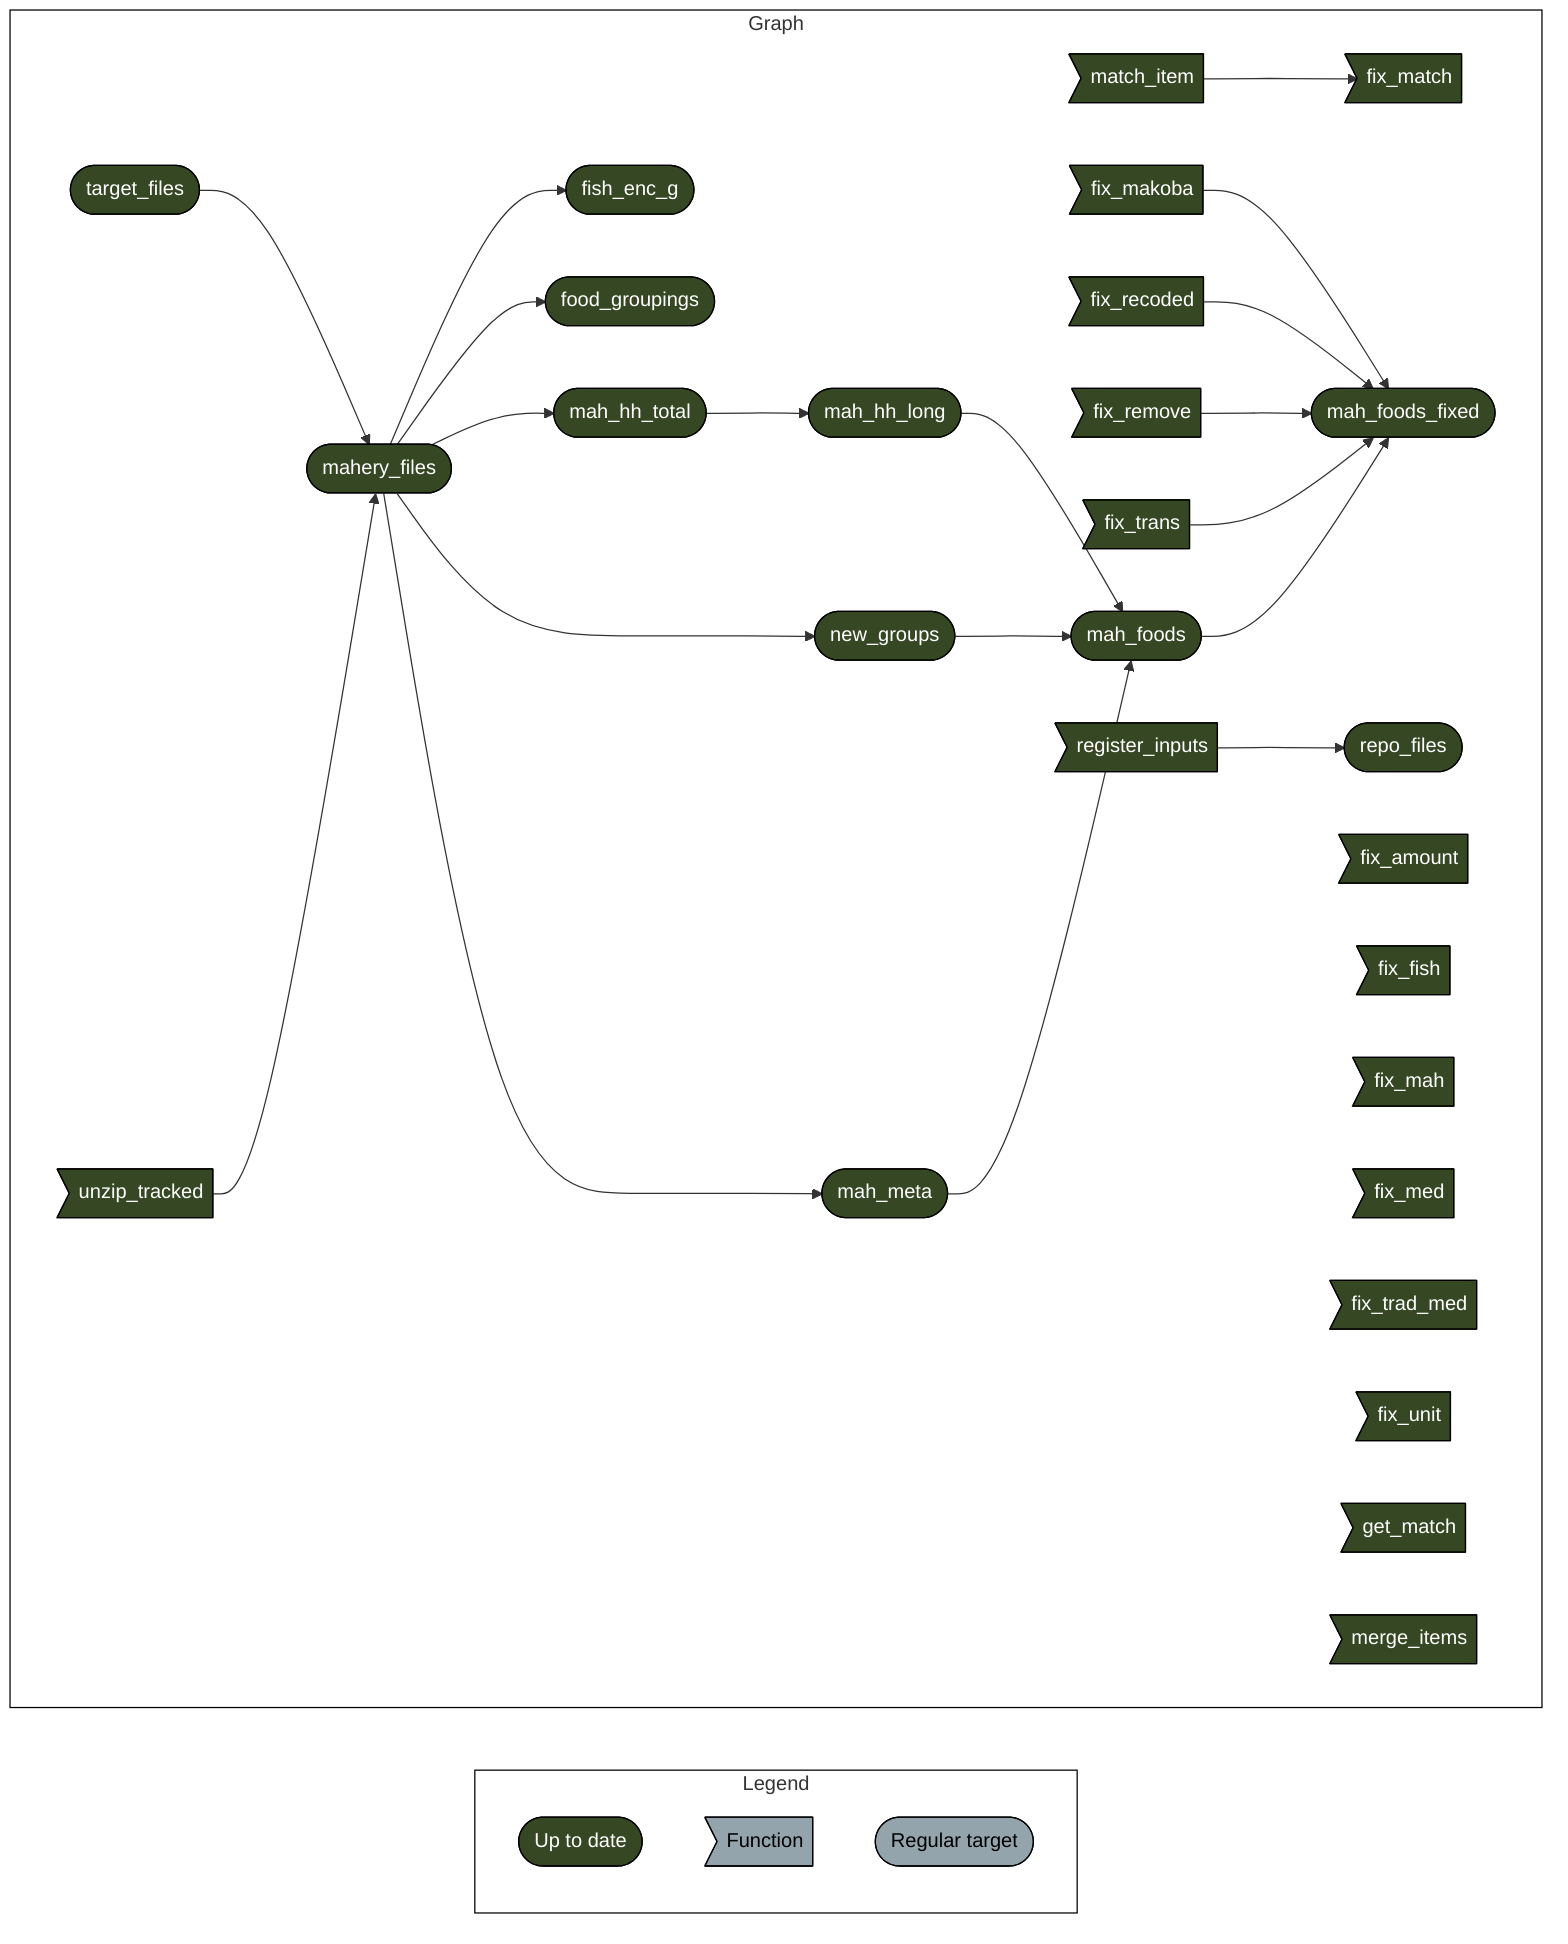
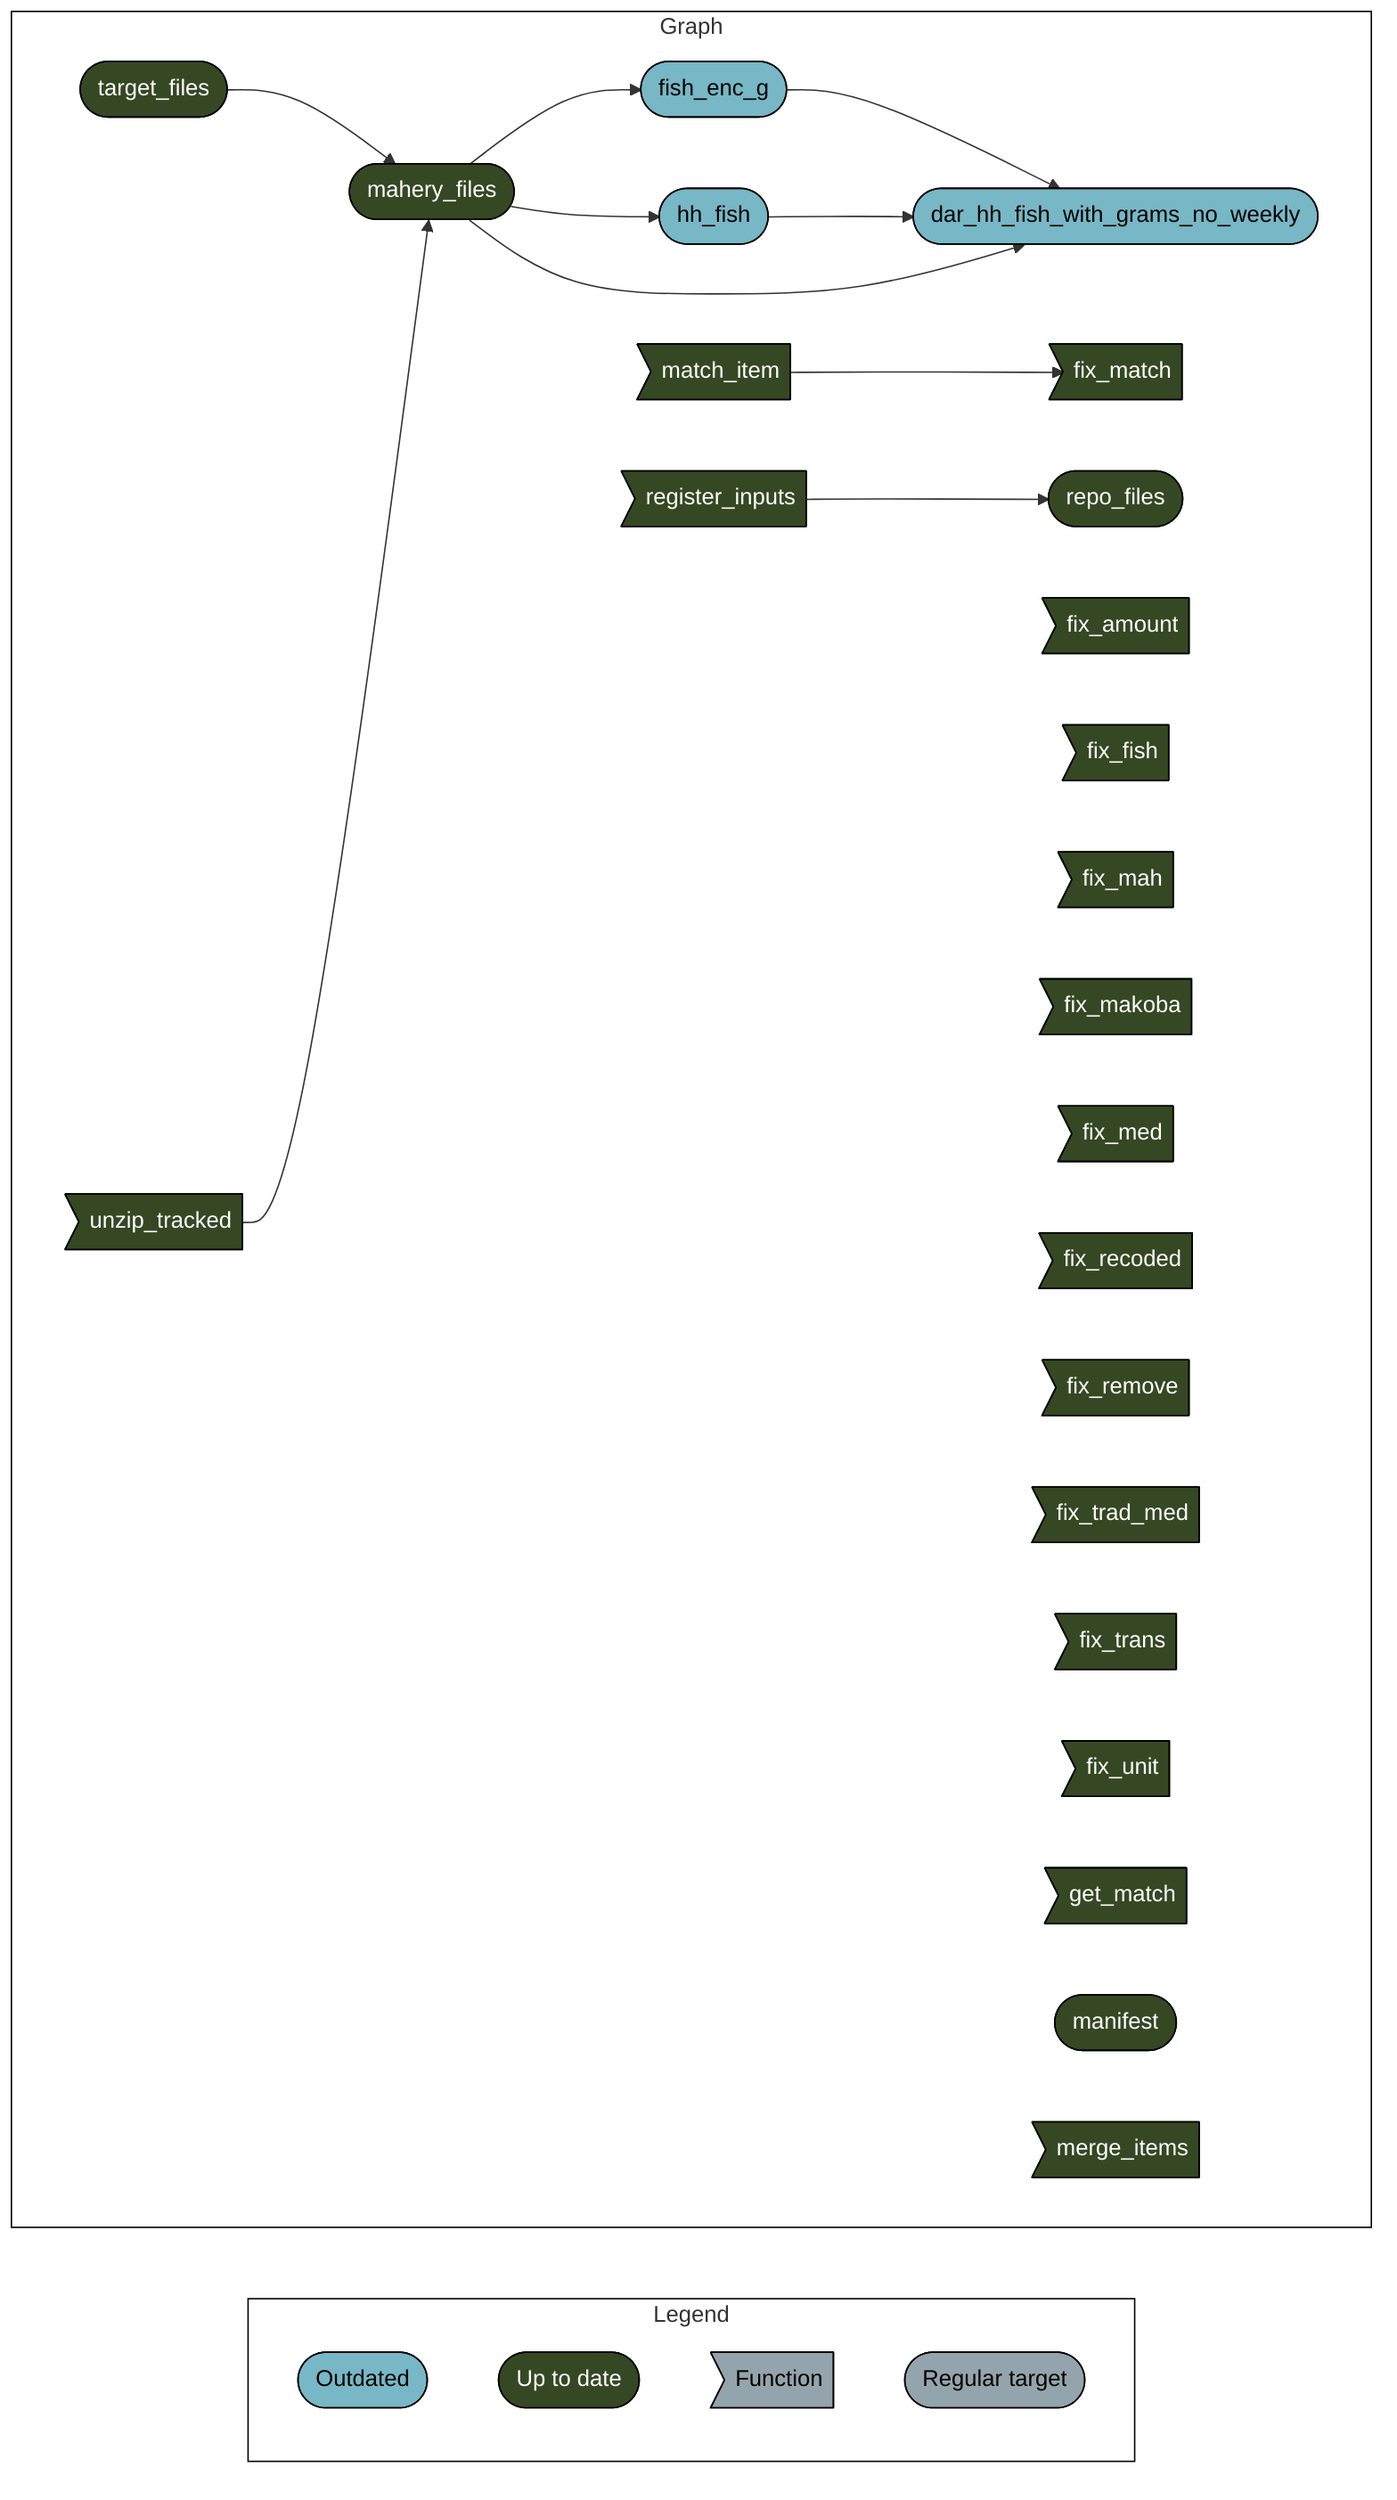
graph LR
  style Legend fill:#FFFFFF00,stroke:#000000;
  style Graph fill:#FFFFFF00,stroke:#000000;
  subgraph Legend
+     x2db1ec7a48f65a9b(["Outdated"]):::outdated
    xf1522833a4d242c5(["Up to date"]):::uptodate
    xeb2d7cac8a1ce544>"Function"]:::none
    xd03d7c7dd2ddda2b(["Regular target"]):::none
  end
  subgraph Graph
    direction LR
-     x3f87a69e8b2529de(["mahery_files"]):::uptodate --> x6f8c1d6470e24981(["fish_enc_g"]):::uptodate
+     x6f8c1d6470e24981(["fish_enc_g"]):::outdated --> x79100dac8b924b89(["dar_hh_fish_with_grams_no_weekly"]):::outdated
+     x04ec71d6c69cf1a2(["hh_fish"]):::outdated --> x79100dac8b924b89(["dar_hh_fish_with_grams_no_weekly"]):::outdated
+     x3f87a69e8b2529de(["mahery_files"]):::uptodate --> x79100dac8b924b89(["dar_hh_fish_with_grams_no_weekly"]):::outdated
+     x3f87a69e8b2529de(["mahery_files"]):::uptodate --> x6f8c1d6470e24981(["fish_enc_g"]):::outdated
    xba950978057a8fde>"match_item"]:::uptodate --> xd2cc95bebb457d64>"fix_match"]:::uptodate
-     x3f87a69e8b2529de(["mahery_files"]):::uptodate --> xa58edb6a8d937857(["food_groupings"]):::uptodate
-     x512bfd8a67641340(["mah_hh_long"]):::uptodate --> xe9ddb0b88479035f(["mah_foods"]):::uptodate
-     x421f9adc4785f6fe(["new_groups"]):::uptodate --> xe9ddb0b88479035f(["mah_foods"]):::uptodate
-     x755f407db4e4743e(["mah_meta"]):::uptodate --> xe9ddb0b88479035f(["mah_foods"]):::uptodate
-     x2caa9ddba1672a42>"fix_makoba"]:::uptodate --> xedbf9b0b1b73288a(["mah_foods_fixed"]):::uptodate
-     x44b32fb7c2028950>"fix_recoded"]:::uptodate --> xedbf9b0b1b73288a(["mah_foods_fixed"]):::uptodate
-     x8fc1ffd4b2efc7e8>"fix_remove"]:::uptodate --> xedbf9b0b1b73288a(["mah_foods_fixed"]):::uptodate
-     x85067c2c1be27ab5>"fix_trans"]:::uptodate --> xedbf9b0b1b73288a(["mah_foods_fixed"]):::uptodate
-     xe9ddb0b88479035f(["mah_foods"]):::uptodate --> xedbf9b0b1b73288a(["mah_foods_fixed"]):::uptodate
-     x8460fff2da11a1ca(["mah_hh_total"]):::uptodate --> x512bfd8a67641340(["mah_hh_long"]):::uptodate
-     x3f87a69e8b2529de(["mahery_files"]):::uptodate --> x8460fff2da11a1ca(["mah_hh_total"]):::uptodate
-     x3f87a69e8b2529de(["mahery_files"]):::uptodate --> x755f407db4e4743e(["mah_meta"]):::uptodate
+     x3f87a69e8b2529de(["mahery_files"]):::uptodate --> x04ec71d6c69cf1a2(["hh_fish"]):::outdated
    xd3a10a24e8b9f3f0(["target_files"]):::uptodate --> x3f87a69e8b2529de(["mahery_files"]):::uptodate
    xa166bcfc62def816>"unzip_tracked"]:::uptodate --> x3f87a69e8b2529de(["mahery_files"]):::uptodate
-     x3f87a69e8b2529de(["mahery_files"]):::uptodate --> x421f9adc4785f6fe(["new_groups"]):::uptodate
    xb6c98845f86dfafb>"register_inputs"]:::uptodate --> x7c66da3dee7f04e2(["repo_files"]):::uptodate
    xa052234f29b52a07>"fix_amount"]:::uptodate
    x2b898eaef57b0c62>"fix_fish"]:::uptodate
    xee0127aabbbec0f0>"fix_mah"]:::uptodate
+     x2caa9ddba1672a42>"fix_makoba"]:::uptodate
    x019b3719a64bcbbe>"fix_med"]:::uptodate
+     x44b32fb7c2028950>"fix_recoded"]:::uptodate
+     x8fc1ffd4b2efc7e8>"fix_remove"]:::uptodate
    xab03c2a7b8b75fa1>"fix_trad_med"]:::uptodate
+     x85067c2c1be27ab5>"fix_trans"]:::uptodate
    x7ab637c820b084b5>"fix_unit"]:::uptodate
    x77efecfe9969e520>"get_match"]:::uptodate
+     xb84dcfc84cf938e5(["manifest"]):::uptodate
    xcdbe8bc09568c9ba>"merge_items"]:::uptodate
  end
+   classDef outdated stroke:#000000,color:#000000,fill:#78B7C5;
  classDef uptodate stroke:#000000,color:#ffffff,fill:#354823;
  classDef none stroke:#000000,color:#000000,fill:#94a4ac;
